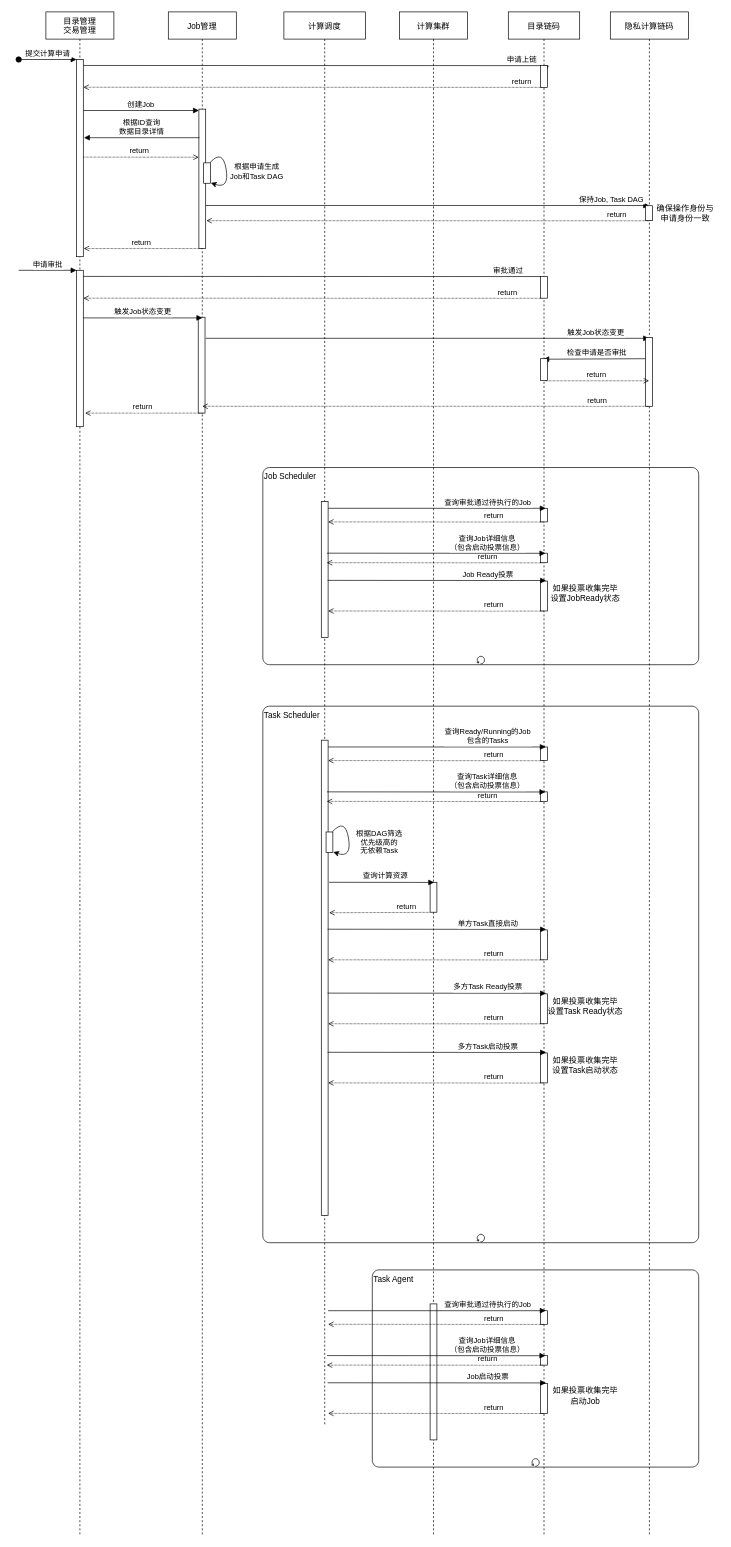
The draw.io diagram mpc/sequence.drawio in zmmwl/drawio, before the edit. Source tidied: cells renumbered, new cells numbered last; positions are measured from the earlier drawing's top-left corner, leaving out a move shared by most shapes. Both pictures are drawn from the tidied source at 68%, with x=0, y=0 at pixel (18, 12).
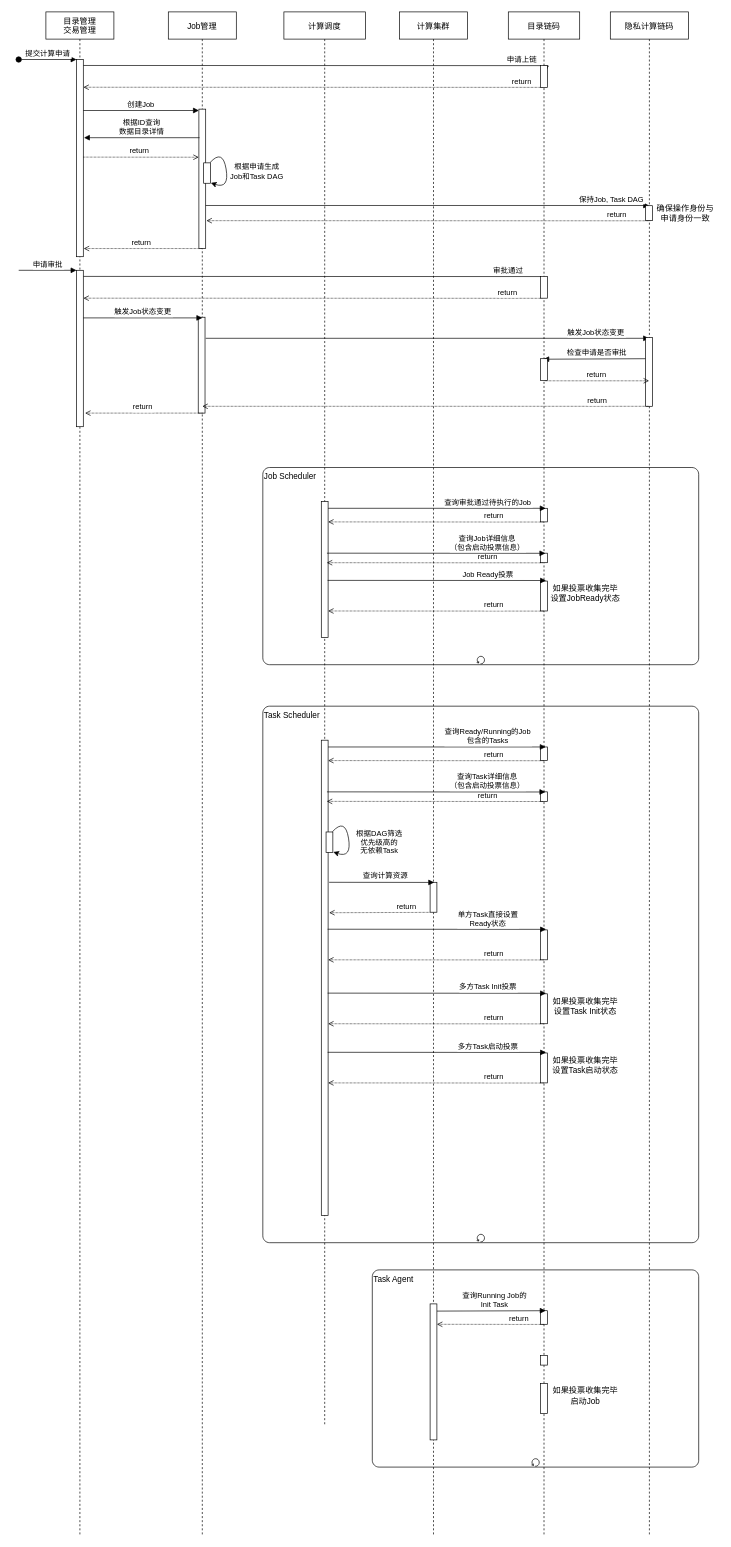
The same diagram, later.

The change refers to these unchanged cells:
```xml
<mxCell id="74" style="points=[];perimeter=orthogonalPerimeter;rounded=0;shadow=0;strokeWidth=1;" parent="1" vertex="1">
  <mxGeometry x="605" y="1900" width="10" height="200" as="geometry" />
</mxCell>
```

Change to the diagram source:
```diff
@@
-    <mxCell id="64" value="多方Task Ready投票" style="verticalAlign=bottom;endArrow=block;shadow=0;strokeWidth=1;entryX=0.488;entryY=0.71;entryDx=0;entryDy=0;entryPerimeter=0;" parent="1" edge="1">
+    <mxCell id="64" value="多方Task Init投票" style="verticalAlign=bottom;endArrow=block;shadow=0;strokeWidth=1;entryX=0.488;entryY=0.71;entryDx=0;entryDy=0;entryPerimeter=0;" parent="1" edge="1">
       <mxGeometry x="0.47" relative="1" as="geometry">
         <mxPoint x="454.3" y="1443" as="sourcePoint" />
         <mxPoint x="775.5" y="1443.2" as="targetPoint" />
       </mxGeometry>
     </mxCell>
-    <mxCell id="65" value="如果投票收集完毕&lt;br style=&quot;padding: 0px ; margin: 0px&quot;&gt;设置Task Ready状态" style="text;html=1;align=center;verticalAlign=middle;fillColor=none;strokeColor=none;rounded=0;" parent="1" vertex="1">
-      <mxGeometry x="767.5" y="1447" width="130" height="30" as="geometry" />
+    <mxCell id="65" value="如果投票收集完毕&lt;br style=&quot;padding: 0px ; margin: 0px&quot;&gt;设置Task Init状态" style="text;html=1;align=center;verticalAlign=middle;fillColor=none;strokeColor=none;rounded=0;" parent="1" vertex="1">
+      <mxGeometry x="777.5" y="1447" width="110" height="30" as="geometry" />
     </mxCell>
@@
-    <mxCell id="73" value="单方Task直接启动" style="verticalAlign=bottom;endArrow=block;shadow=0;strokeWidth=1;entryX=0.488;entryY=0.71;entryDx=0;entryDy=0;entryPerimeter=0;" parent="1" edge="1">
+    <mxCell id="73" value="单方Task直接设置&#10;Ready状态" style="verticalAlign=bottom;endArrow=block;shadow=0;strokeWidth=1;entryX=0.488;entryY=0.71;entryDx=0;entryDy=0;entryPerimeter=0;" parent="1" edge="1">
       <mxGeometry x="0.47" relative="1" as="geometry">
         <mxPoint x="454.3" y="1349" as="sourcePoint" />
         <mxPoint x="775.5" y="1349.2" as="targetPoint" />
       </mxGeometry>
     </mxCell>
@@
-    <mxCell id="77" value="return" style="verticalAlign=bottom;endArrow=none;shadow=0;strokeWidth=1;endFill=0;startArrow=open;startFill=0;dashed=1;dashPattern=1 1;" parent="1" edge="1">
-      <mxGeometry x="0.54" relative="1" as="geometry">
-        <mxPoint x="455" y="2061" as="sourcePoint" />
-        <mxPoint x="772.5" y="2061.2" as="targetPoint" />
-      </mxGeometry>
-    </mxCell>
-    <mxCell id="78" value="查询审批通过待执行的Job" style="verticalAlign=bottom;endArrow=block;shadow=0;strokeWidth=1;" parent="1" edge="1">
-      <mxGeometry x="0.47" relative="1" as="geometry">
-        <mxPoint x="455" y="1910" as="sourcePoint" />
+    <mxCell id="78" value="查询Running Job的&#10;Init Task" style="verticalAlign=bottom;endArrow=block;shadow=0;strokeWidth=1;exitX=1.013;exitY=0.053;exitDx=0;exitDy=0;exitPerimeter=0;" parent="1" edge="1" source="74">
+      <mxGeometry x="0.06" relative="1" as="geometry">
         <mxPoint x="775" y="1910" as="targetPoint" />
       </mxGeometry>
     </mxCell>
-    <mxCell id="79" value="return" style="verticalAlign=bottom;endArrow=none;shadow=0;strokeWidth=1;endFill=0;startArrow=open;startFill=0;dashed=1;dashPattern=1 1;" parent="1" edge="1">
+    <mxCell id="79" value="return" style="verticalAlign=bottom;endArrow=none;shadow=0;strokeWidth=1;endFill=0;startArrow=open;startFill=0;dashed=1;dashPattern=1 1;exitX=1.001;exitY=0.15;exitDx=0;exitDy=0;exitPerimeter=0;" parent="1" edge="1" source="74">
       <mxGeometry x="0.54" relative="1" as="geometry">
-        <mxPoint x="455" y="1930" as="sourcePoint" />
         <mxPoint x="772.5" y="1930.2" as="targetPoint" />
       </mxGeometry>
     </mxCell>
@@
-    <mxCell id="81" value="Job启动投票" style="verticalAlign=bottom;endArrow=block;shadow=0;strokeWidth=1;entryX=0.488;entryY=0.71;entryDx=0;entryDy=0;entryPerimeter=0;" parent="1" edge="1">
-      <mxGeometry x="0.47" relative="1" as="geometry">
-        <mxPoint x="454.3" y="2016" as="sourcePoint" />
-        <mxPoint x="775.5" y="2016.2" as="targetPoint" />
-      </mxGeometry>
-    </mxCell>
@@
-    <mxCell id="83" value="return" style="verticalAlign=bottom;endArrow=none;shadow=0;strokeWidth=1;endFill=0;startArrow=open;startFill=0;dashed=1;dashPattern=1 1;" parent="1" edge="1">
-      <mxGeometry x="0.49" relative="1" as="geometry">
-        <mxPoint x="453" y="1990" as="sourcePoint" />
-        <mxPoint x="770.5" y="1990.2" as="targetPoint" />
-      </mxGeometry>
-    </mxCell>
-    <mxCell id="84" value="查询Job详细信息&#10;（包含启动投票信息）" style="verticalAlign=bottom;endArrow=block;shadow=0;strokeWidth=1;entryX=0.488;entryY=0.71;entryDx=0;entryDy=0;entryPerimeter=0;" parent="1" edge="1">
-      <mxGeometry x="0.47" relative="1" as="geometry">
-        <mxPoint x="453.3" y="1976" as="sourcePoint" />
-        <mxPoint x="774.5" y="1976.2" as="targetPoint" />
-      </mxGeometry>
-    </mxCell>
```
